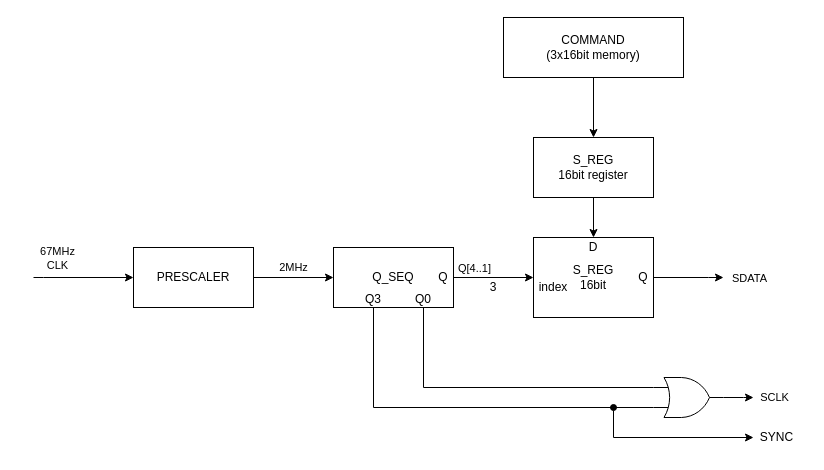
Above: figures/HDL_DDS_INIT.drawio in mm011106/CalCoilDriver (draw.io), before the change. Source tidied: cells renumbered, new cells numbered last; positions are measured from the earlier drawing's top-left corner, leaving out a move shared by most shapes. Both pictures are drawn from the tidied source at 100%, with x=0, y=0 at pixel (33, 17).
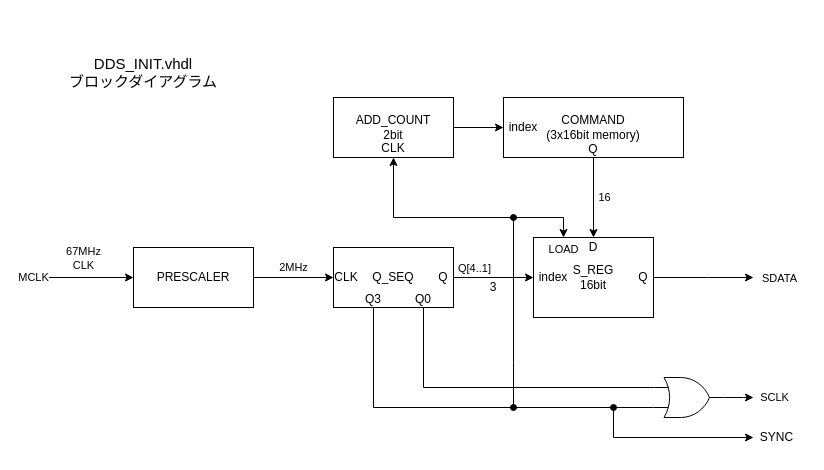
Above is the later version.

Commit message (it also covers changes not shown here):
HDL_DDS_INIT.drawio を更新します

Unchanged cells that the change refers to:
```xml
<mxCell id="3" style="edgeStyle=orthogonalEdgeStyle;rounded=0;jettySize=auto;html=1;exitX=0;exitY=0.5;exitDx=0;exitDy=0;startArrow=classic;startFill=1;endArrow=none;endFill=0;" parent="1" edge="1" source="5">
  <mxGeometry relative="1" as="geometry">
    <mxPoint y="260" as="targetPoint" />
    <Array as="points">
      <mxPoint x="10" y="260" />
    </Array>
  </mxGeometry>
</mxCell>
<mxCell id="22" value="Q" style="text;html=1;align=center;verticalAlign=middle;whiteSpace=wrap;rounded=0;" parent="1" vertex="1">
  <mxGeometry x="600" y="245" width="20" height="30" as="geometry" />
</mxCell>
<mxCell id="23" value="D" style="text;html=1;align=center;verticalAlign=middle;whiteSpace=wrap;rounded=0;" parent="1" vertex="1">
  <mxGeometry x="550" y="215" width="20" height="30" as="geometry" />
</mxCell>
```

Diff of the diagram source:
```diff
@@
+    <mxCell id="9" value="S_REG&lt;div&gt;16bit&lt;/div&gt;" style="rounded=0;whiteSpace=wrap;html=1;" parent="1" vertex="1">
+      <mxGeometry x="500" y="220" width="120" height="80" as="geometry" />
+    </mxCell>
@@
     <mxCell id="4" value="67MHz&lt;div&gt;CLK&lt;/div&gt;" style="edgeLabel;html=1;align=center;verticalAlign=middle;" parent="3" vertex="1">
       <mxGeometry x="0.37" relative="1" as="geometry">
-        <mxPoint x="-8" y="-20" as="offset" />
+        <mxPoint x="18" y="-20" as="offset" />
       </mxGeometry>
     </mxCell>
+    <mxCell id="32" value="MCLK" style="edgeLabel;html=1;align=center;verticalAlign=middle;" parent="3" vertex="1">
+      <mxGeometry x="1" y="-1" relative="1" as="geometry">
+        <mxPoint x="-1" as="offset" />
+      </mxGeometry>
+    </mxCell>
@@
-    <mxCell id="9" value="S_REG&lt;div&gt;16bit&lt;/div&gt;" style="rounded=0;whiteSpace=wrap;html=1;" parent="1" vertex="1">
-      <mxGeometry x="500" y="220" width="120" height="80" as="geometry" />
-    </mxCell>
-    <mxCell id="10" style="edgeStyle=orthogonalEdgeStyle;rounded=0;jettySize=auto;html=1;exitX=0.5;exitY=1;exitDx=0;exitDy=0;entryX=0.5;entryY=0;entryDx=0;entryDy=0;" parent="1" edge="1" source="11" target="9">
-      <mxGeometry relative="1" as="geometry" />
-    </mxCell>
-    <mxCell id="11" value="S_REG&lt;div&gt;16bit register&lt;/div&gt;" style="rounded=0;whiteSpace=wrap;html=1;" parent="1" vertex="1">
-      <mxGeometry x="500" y="120" width="120" height="60" as="geometry" />
-    </mxCell>
+    <mxCell id="33" style="edgeStyle=orthogonalEdgeStyle;rounded=0;jettySize=auto;html=1;exitX=0.25;exitY=0;exitDx=0;exitDy=0;startArrow=classic;startFill=1;endArrow=none;endFill=0;" parent="1" edge="1" source="9">
+      <mxGeometry relative="1" as="geometry">
+        <mxPoint x="480" y="390" as="targetPoint" />
+      </mxGeometry>
+    </mxCell>
+    <mxCell id="34" value="LOAD" style="edgeLabel;html=1;align=center;verticalAlign=middle;" parent="33" vertex="1">
+      <mxGeometry x="-0.92" y="1" relative="1" as="geometry">
+        <mxPoint y="21" as="offset" />
+      </mxGeometry>
+    </mxCell>
-    <mxCell id="12" style="edgeStyle=orthogonalEdgeStyle;rounded=0;jettySize=auto;html=1;exitX=0.5;exitY=1;exitDx=0;exitDy=0;entryX=0.5;entryY=0;entryDx=0;entryDy=0;" parent="1" edge="1" source="13" target="11">
+    <mxCell id="12" style="edgeStyle=orthogonalEdgeStyle;rounded=0;jettySize=auto;html=1;exitX=0.5;exitY=1;exitDx=0;exitDy=0;entryX=0.5;entryY=0.167;entryDx=0;entryDy=0;entryPerimeter=0;" parent="1" edge="1" source="13" target="23">
       <mxGeometry relative="1" as="geometry" />
     </mxCell>
+    <mxCell id="35" value="16" style="edgeLabel;html=1;align=center;verticalAlign=middle;" parent="12" vertex="1">
+      <mxGeometry x="-0.02" y="2" relative="1" as="geometry">
+        <mxPoint x="8" as="offset" />
+      </mxGeometry>
+    </mxCell>
     <mxCell id="13" value="COMMAND&lt;div&gt;(3x16bit memory)&lt;/div&gt;" style="rounded=0;whiteSpace=wrap;html=1;" parent="1" vertex="1">
-      <mxGeometry x="470" width="180" height="60" as="geometry" />
+      <mxGeometry x="470" y="80" width="180" height="60" as="geometry" />
     </mxCell>
@@
     <mxCell id="19" value="index" style="text;html=1;align=center;verticalAlign=middle;whiteSpace=wrap;rounded=0;" parent="1" vertex="1">
-      <mxGeometry x="490" y="255" width="60" height="30" as="geometry" />
+      <mxGeometry x="490" y="245" width="60" height="30" as="geometry" />
     </mxCell>
     <mxCell id="20" style="edgeStyle=orthogonalEdgeStyle;rounded=0;jettySize=auto;html=1;exitX=1;exitY=0.5;exitDx=0;exitDy=0;" parent="1" edge="1" source="22">
       <mxGeometry relative="1" as="geometry">
-        <mxPoint x="690" y="260" as="targetPoint" />
+        <mxPoint x="720" y="260" as="targetPoint" />
         <Array as="points">
           <mxPoint x="675" y="260" />
         </Array>
       </mxGeometry>
     </mxCell>
@@
+    <mxCell id="36" style="edgeStyle=orthogonalEdgeStyle;rounded=0;jettySize=auto;html=1;entryX=0;entryY=0.5;entryDx=0;entryDy=0;" parent="1" edge="1" source="38" target="13">
+      <mxGeometry relative="1" as="geometry" />
+    </mxCell>
+    <mxCell id="37" style="edgeStyle=orthogonalEdgeStyle;rounded=0;jettySize=auto;html=1;exitX=0.5;exitY=1;exitDx=0;exitDy=0;endArrow=none;endFill=0;startArrow=classic;startFill=1;" parent="1" edge="1" source="38">
+      <mxGeometry relative="1" as="geometry">
+        <mxPoint x="480" y="200" as="targetPoint" />
+        <Array as="points">
+          <mxPoint x="360" y="200" />
+        </Array>
+      </mxGeometry>
+    </mxCell>
+    <mxCell id="38" value="ADD_COUNT&lt;br&gt;2bit" style="rounded=0;whiteSpace=wrap;html=1;" parent="1" vertex="1">
+      <mxGeometry x="300" y="80" width="120" height="60" as="geometry" />
+    </mxCell>
+    <mxCell id="39" value="index" style="text;html=1;align=center;verticalAlign=middle;whiteSpace=wrap;rounded=0;" parent="1" vertex="1">
+      <mxGeometry x="480" y="105" width="20" height="10" as="geometry" />
+    </mxCell>
+    <mxCell id="40" value="Q" style="text;html=1;align=center;verticalAlign=middle;whiteSpace=wrap;rounded=0;" parent="1" vertex="1">
+      <mxGeometry x="530" y="117" width="60" height="30" as="geometry" />
+    </mxCell>
+    <mxCell id="41" style="ellipse;whiteSpace=wrap;html=1;strokeWidth=1;fillStyle=solid;fillColor=#000000;" parent="1" vertex="1">
+      <mxGeometry x="477" y="387" width="6" height="6" as="geometry" />
+    </mxCell>
+    <mxCell id="42" style="ellipse;whiteSpace=wrap;html=1;strokeWidth=1;fillStyle=solid;fillColor=#000000;" parent="1" vertex="1">
+      <mxGeometry x="477" y="197" width="6" height="6" as="geometry" />
+    </mxCell>
+    <mxCell id="43" value="CLK" style="text;html=1;align=center;verticalAlign=middle;whiteSpace=wrap;rounded=0;" parent="1" vertex="1">
+      <mxGeometry x="283" y="245" width="60" height="30" as="geometry" />
+    </mxCell>
+    <mxCell id="44" value="CLK" style="text;html=1;align=center;verticalAlign=middle;whiteSpace=wrap;rounded=0;" parent="1" vertex="1">
+      <mxGeometry x="330" y="116" width="60" height="30" as="geometry" />
+    </mxCell>
+    <mxCell id="45" value="DDS_INIT.vhdl&lt;div&gt;ブロックダイアグラム&lt;/div&gt;" style="text;html=1;align=center;verticalAlign=middle;whiteSpace=wrap;rounded=0;fontSize=15;" parent="1" vertex="1">
+      <mxGeometry x="20" y="40" width="180" height="30" as="geometry" />
+    </mxCell>
```
